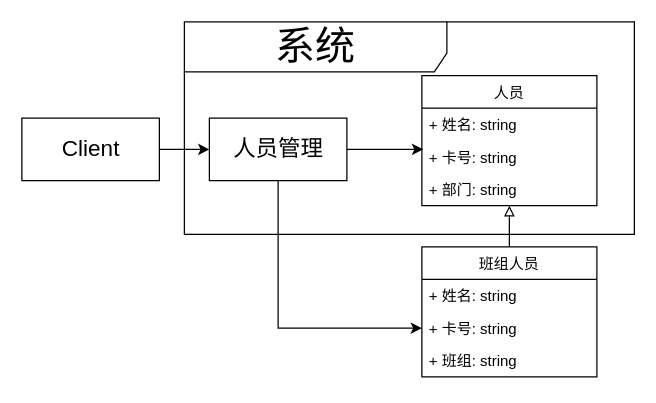
Above: packages/2_design_principle/人员继承.drawio in yyc-git/ModernGameEngineDesignEdu (draw.io), before the change. Source tidied: cells renumbered, new cells numbered last; positions are measured from the earlier drawing's top-left corner, leaving out a move shared by most shapes. Both pictures are drawn from the tidied source at 125%, with x=0, y=0 at pixel (21, 21).
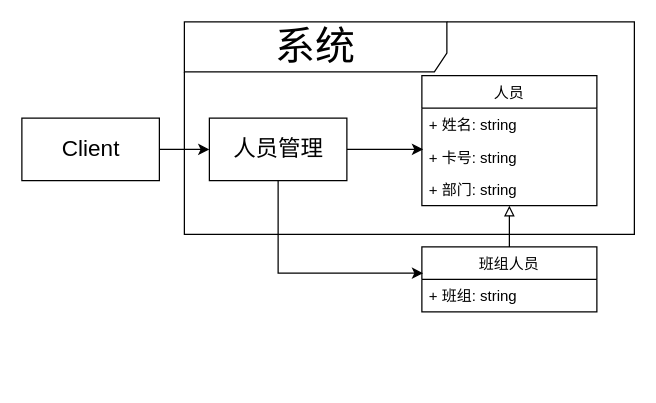
After the change.

The edit, as a diff of the source:
```diff
@@
 <mxGraphModel>
   <root>
     <mxCell id="0" />
     <mxCell id="1" parent="0" />
     <mxCell id="2" value="&lt;font style=&quot;font-size: 32px&quot;&gt;系统&lt;/font&gt;" style="shape=umlFrame;whiteSpace=wrap;html=1;width=210;height=40;fontSize=32;" parent="1" vertex="1">
       <mxGeometry x="130" width="360" height="170" as="geometry" />
     </mxCell>
     <mxCell id="3" value="人员" style="swimlane;fontStyle=0;horizontal=1;startSize=26;fillColor=none;" parent="1" vertex="1">
       <mxGeometry x="320" y="43" width="140" height="104" as="geometry" />
     </mxCell>
     <mxCell id="4" value="+ 姓名: string" style="text;strokeColor=none;fillColor=none;align=left;verticalAlign=top;spacingLeft=4;spacingRight=4;overflow=hidden;" parent="3" vertex="1">
       <mxGeometry y="26" width="140" height="26" as="geometry" />
     </mxCell>
     <mxCell id="5" value="+ 卡号: string" style="text;strokeColor=none;fillColor=none;align=left;verticalAlign=top;spacingLeft=4;spacingRight=4;overflow=hidden;points=[[0,0.5],[1,0.5]];portConstraint=eastwest;" parent="3" vertex="1">
       <mxGeometry y="52" width="140" height="26" as="geometry" />
     </mxCell>
     <mxCell id="6" value="+ 部门: string" style="text;strokeColor=none;fillColor=none;align=left;verticalAlign=top;spacingLeft=4;spacingRight=4;overflow=hidden;" parent="3" vertex="1">
       <mxGeometry y="78" width="140" height="26" as="geometry" />
     </mxCell>
     <mxCell id="7" style="endArrow=block;html=1;entryX=0.5;entryY=1;entryDx=0;entryDy=0;endFill=0;" parent="1" edge="1" target="3">
       <mxGeometry relative="1" as="geometry">
         <mxPoint x="390" y="180" as="sourcePoint" />
       </mxGeometry>
     </mxCell>
     <mxCell id="8" value="班组人员" style="swimlane;fontStyle=0;horizontal=1;startSize=26;fillColor=none;" parent="1" vertex="1">
-      <mxGeometry x="320" y="180" width="140" height="104" as="geometry" />
+      <mxGeometry x="320" y="180" width="140" height="52" as="geometry" />
     </mxCell>
-    <mxCell id="9" value="+ 姓名: string" style="text;strokeColor=none;fillColor=none;align=left;verticalAlign=top;spacingLeft=4;spacingRight=4;overflow=hidden;" parent="8" vertex="1">
-      <mxGeometry y="26" width="140" height="26" as="geometry" />
-    </mxCell>
-    <mxCell id="10" value="+ 卡号: string" style="text;strokeColor=none;fillColor=none;align=left;verticalAlign=top;spacingLeft=4;spacingRight=4;overflow=hidden;points=[[0,0.5],[1,0.5]];portConstraint=eastwest;" parent="8" vertex="1">
-      <mxGeometry y="52" width="140" height="26" as="geometry" />
-    </mxCell>
     <mxCell id="11" value="+ 班组: string" style="text;strokeColor=none;fillColor=none;align=left;verticalAlign=top;spacingLeft=4;spacingRight=4;overflow=hidden;points=[[0,0.5],[1,0.5]];portConstraint=eastwest;" parent="8" vertex="1">
-      <mxGeometry y="78" width="140" height="26" as="geometry" />
+      <mxGeometry y="26" width="140" height="26" as="geometry" />
     </mxCell>
-    <mxCell id="12" style="edgeStyle=orthogonalEdgeStyle;rounded=0;jettySize=auto;html=1;entryX=0;entryY=0.5;entryDx=0;entryDy=0;" parent="1" edge="1" source="14" target="10">
+    <mxCell id="12" style="edgeStyle=orthogonalEdgeStyle;rounded=0;jettySize=auto;html=1;entryX=0.007;entryY=-0.192;entryDx=0;entryDy=0;entryPerimeter=0;" parent="1" edge="1" source="14" target="11">
       <mxGeometry relative="1" as="geometry" />
     </mxCell>
     <mxCell id="13" style="edgeStyle=orthogonalEdgeStyle;rounded=0;jettySize=auto;html=1;entryX=0.007;entryY=0.269;entryDx=0;entryDy=0;entryPerimeter=0;" parent="1" edge="1" source="14" target="5">
       <mxGeometry relative="1" as="geometry" />
     </mxCell>
     <mxCell id="14" value="&lt;span style=&quot;font-family: &amp;#34;helvetica&amp;#34;&quot;&gt;人员管理&lt;/span&gt;" style="html=1;fontSize=18;" parent="1" vertex="1">
       <mxGeometry x="150" y="77" width="110" height="50" as="geometry" />
     </mxCell>
     <mxCell id="15" style="edgeStyle=orthogonalEdgeStyle;rounded=0;jettySize=auto;html=1;entryX=0;entryY=0.5;entryDx=0;entryDy=0;" parent="1" edge="1" source="16" target="14">
       <mxGeometry relative="1" as="geometry" />
     </mxCell>
     <mxCell id="16" value="&lt;span style=&quot;font-family: &amp;#34;helvetica&amp;#34;&quot;&gt;Client&lt;/span&gt;" style="html=1;fontSize=18;" parent="1" vertex="1">
       <mxGeometry y="77" width="110" height="50" as="geometry" />
     </mxCell>
   </root>
 </mxGraphModel>
```
